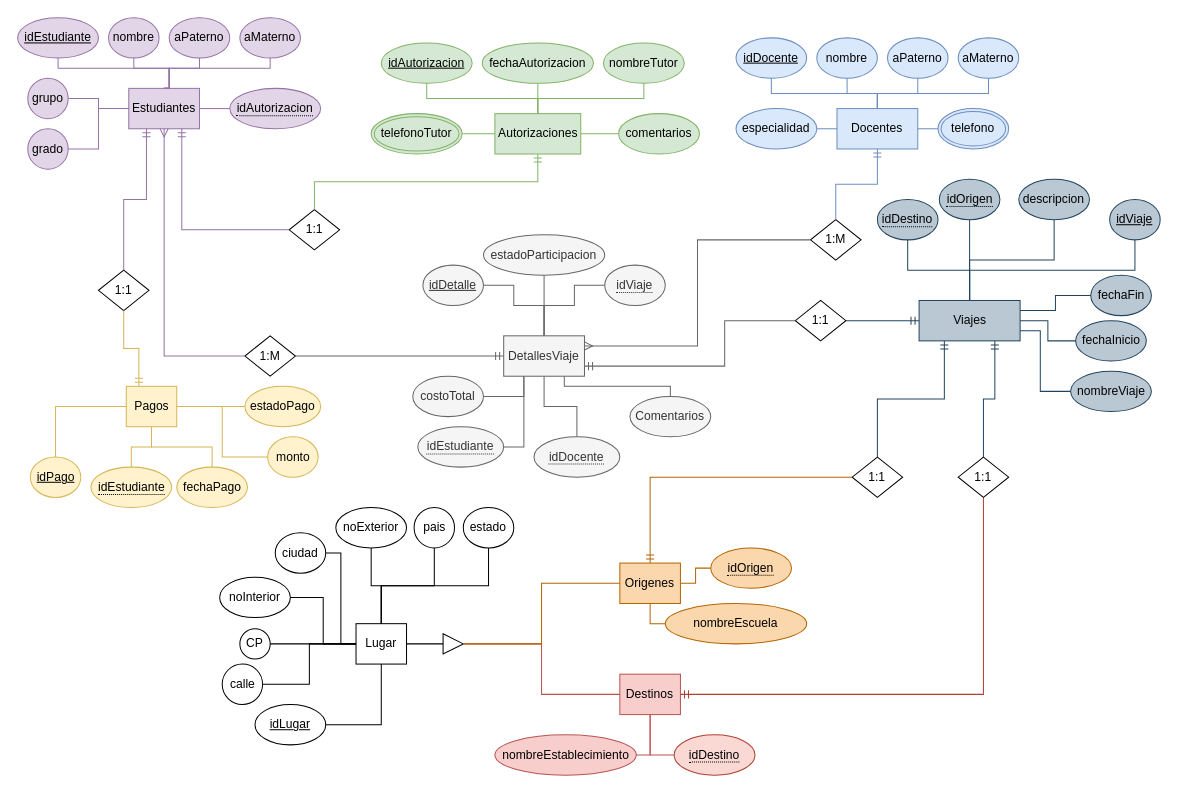
Earlier version of the draw.io diagram proyecto/ProyectoBD.drawio (ShyAd1/Database). Source tidied: cells renumbered, new cells numbered last; positions are measured from the earlier drawing's top-left corner, leaving out a move shared by most shapes. Both pictures are drawn from the tidied source at 101%, with x=0, y=0 at pixel (17, 17).
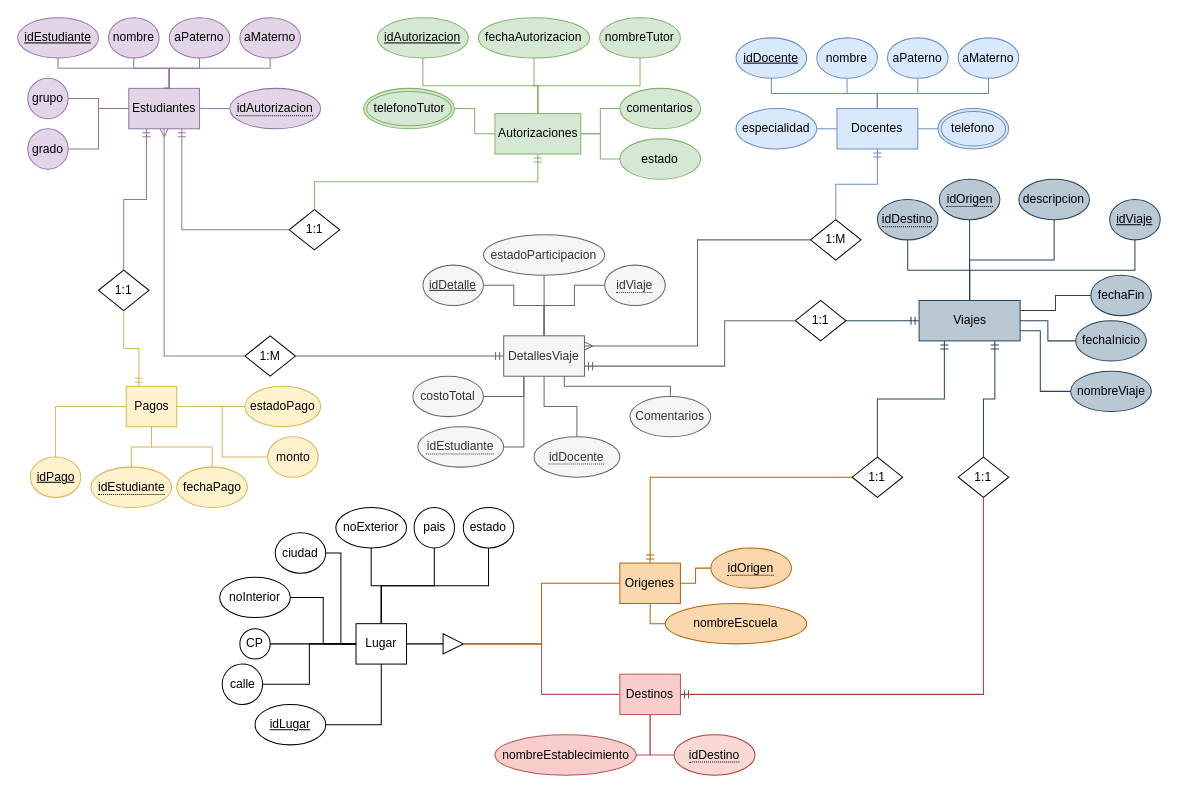
The same diagram, later.

The change refers to these unchanged cells:
```xml
<mxCell id="15" value="Autorizaciones" style="whiteSpace=wrap;html=1;align=center;fillColor=#d5e8d4;strokeColor=#82b366;" parent="1" vertex="1">
  <mxGeometry x="472.5" y="95" width="85" height="40" as="geometry" />
</mxCell>
```

Change to the diagram source:
```diff
@@
     <mxCell id="16" value="idAutorizacion" style="ellipse;whiteSpace=wrap;html=1;align=center;fontStyle=4;fillColor=#d5e8d4;strokeColor=#82b366;" parent="1" vertex="1">
-      <mxGeometry x="360" y="25" width="90" height="40" as="geometry" />
+      <mxGeometry x="356.2" width="90" height="40" as="geometry" />
     </mxCell>
     <mxCell id="17" value="fechaAutorizacion" style="ellipse;whiteSpace=wrap;html=1;align=center;fillColor=#d5e8d4;strokeColor=#82b366;" parent="1" vertex="1">
-      <mxGeometry x="460" y="25" width="110" height="40" as="geometry" />
+      <mxGeometry x="456.2" width="110" height="40" as="geometry" />
     </mxCell>
     <mxCell id="18" value="nombreTutor" style="ellipse;whiteSpace=wrap;html=1;align=center;fillColor=#d5e8d4;strokeColor=#82b366;" parent="1" vertex="1">
-      <mxGeometry x="580" y="25" width="80" height="40" as="geometry" />
+      <mxGeometry x="576.2" width="80" height="40" as="geometry" />
     </mxCell>
     <mxCell id="19" value="comentarios" style="ellipse;whiteSpace=wrap;html=1;align=center;fillColor=#d5e8d4;strokeColor=#82b366;" parent="1" vertex="1">
-      <mxGeometry x="595" y="95" width="80" height="40" as="geometry" />
+      <mxGeometry x="596.2" y="70" width="80" height="40" as="geometry" />
     </mxCell>
@@
     <mxCell id="25" value="telefonoTutor" style="ellipse;shape=doubleEllipse;margin=3;whiteSpace=wrap;html=1;align=center;fillColor=#d5e8d4;strokeColor=#82b366;" parent="1" vertex="1">
-      <mxGeometry x="350" y="95" width="90" height="40" as="geometry" />
+      <mxGeometry x="342.5" y="70" width="90" height="40" as="geometry" />
     </mxCell>
@@
+    <mxCell id="134" value="estado" style="ellipse;whiteSpace=wrap;html=1;align=center;fillColor=#d5e8d4;strokeColor=#82b366;" parent="1" vertex="1">
+      <mxGeometry x="596.2" y="120" width="80" height="40" as="geometry" />
+    </mxCell>
+    <mxCell id="135" style="endArrow=none;html=1;rounded=0;entryX=1;entryY=0.5;entryDx=0;entryDy=0;exitX=0;exitY=0.5;exitDx=0;exitDy=0;edgeStyle=orthogonalEdgeStyle;fillColor=#d5e8d4;strokeColor=#82b366;" parent="1" edge="1" source="134" target="15">
+      <mxGeometry relative="1" as="geometry" />
+    </mxCell>
```
